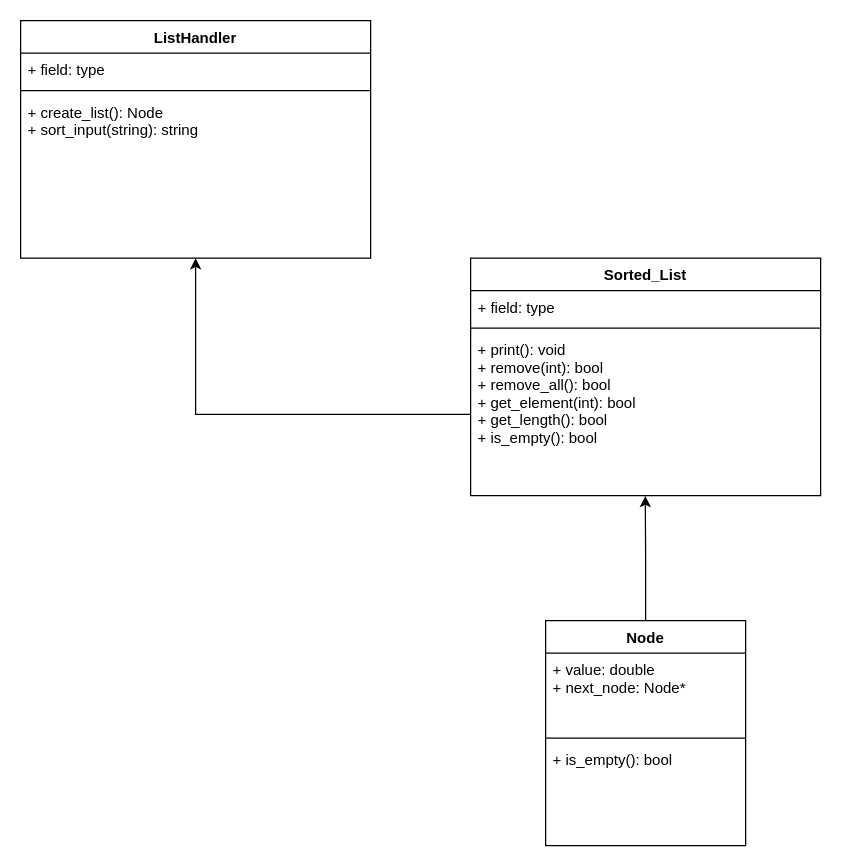
Before: Sorted_List/UML.drawio in gustaf-colliander/TDDC76-Lab3, a draw.io diagram. Source tidied: cells renumbered, new cells numbered last; positions are measured from the earlier drawing's top-left corner, leaving out a move shared by most shapes. Both pictures are drawn from the tidied source at 125%, with x=0, y=0 at pixel (20, 20).
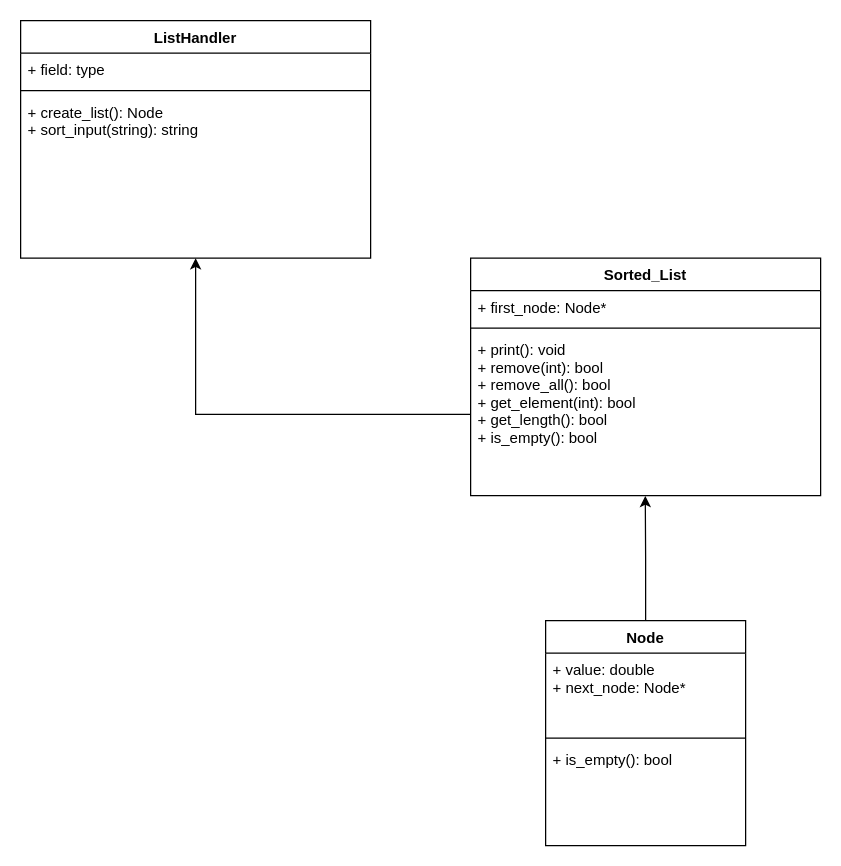
Above is the later version.

Commit message:
uppdaterade uml

Change to the diagram source:
```diff
@@
 <mxGraphModel>
   <root>
     <mxCell id="0" />
     <mxCell id="1" parent="0" />
     <mxCell id="2" style="edgeStyle=orthogonalEdgeStyle;rounded=0;jettySize=auto;html=1;exitX=0.5;exitY=0;exitDx=0;exitDy=0;entryX=0.499;entryY=1.002;entryDx=0;entryDy=0;entryPerimeter=0;" parent="1" edge="1" source="3" target="10">
       <mxGeometry relative="1" as="geometry" />
     </mxCell>
     <mxCell id="3" value="Node&#10;" style="swimlane;fontStyle=1;align=center;verticalAlign=top;horizontal=1;startSize=26;" parent="1" vertex="1">
       <mxGeometry x="420" y="480" width="160" height="180" as="geometry" />
     </mxCell>
     <mxCell id="4" value="+ value: double&#10;+ next_node: Node*&#10;" style="text;strokeColor=none;fillColor=none;align=left;verticalAlign=top;spacingLeft=4;spacingRight=4;overflow=hidden;" parent="3" vertex="1">
       <mxGeometry y="26" width="160" height="64" as="geometry" />
     </mxCell>
     <mxCell id="5" style="line;strokeWidth=1;fillColor=none;align=left;verticalAlign=middle;spacingTop=-1;spacingLeft=3;spacingRight=3;labelPosition=right;" parent="3" vertex="1">
       <mxGeometry y="90" width="160" height="8" as="geometry" />
     </mxCell>
     <mxCell id="6" value="+ is_empty(): bool" style="text;strokeColor=none;fillColor=none;align=left;verticalAlign=top;spacingLeft=4;spacingRight=4;overflow=hidden;" parent="3" vertex="1">
       <mxGeometry y="98" width="160" height="82" as="geometry" />
     </mxCell>
     <mxCell id="7" value="Sorted_List" style="swimlane;fontStyle=1;align=center;verticalAlign=top;horizontal=1;startSize=26;" parent="1" vertex="1">
       <mxGeometry x="360" y="190" width="280" height="190" as="geometry" />
     </mxCell>
-    <mxCell id="8" value="+ field: type" style="text;strokeColor=none;fillColor=none;align=left;verticalAlign=top;spacingLeft=4;spacingRight=4;overflow=hidden;" parent="7" vertex="1">
+    <mxCell id="8" value="+ first_node: Node*" style="text;strokeColor=none;fillColor=none;align=left;verticalAlign=top;spacingLeft=4;spacingRight=4;overflow=hidden;" parent="7" vertex="1">
       <mxGeometry y="26" width="280" height="26" as="geometry" />
     </mxCell>
     <mxCell id="9" style="line;strokeWidth=1;fillColor=none;align=left;verticalAlign=middle;spacingTop=-1;spacingLeft=3;spacingRight=3;labelPosition=right;" parent="7" vertex="1">
       <mxGeometry y="52" width="280" height="8" as="geometry" />
     </mxCell>
     <mxCell id="10" value="+ print(): void&#10;+ remove(int): bool&#10;+ remove_all(): bool&#10;+ get_element(int): bool&#10;+ get_length(): bool&#10;+ is_empty(): bool&#10;" style="text;strokeColor=none;fillColor=none;align=left;verticalAlign=top;spacingLeft=4;spacingRight=4;overflow=hidden;points=[[0,0.5],[1,0.5]];portConstraint=eastwest;" parent="7" vertex="1">
       <mxGeometry y="60" width="280" height="130" as="geometry" />
     </mxCell>
     <mxCell id="11" value="ListHandler" style="swimlane;fontStyle=1;align=center;verticalAlign=top;horizontal=1;startSize=26;" parent="1" vertex="1">
       <mxGeometry width="280" height="190" as="geometry" />
     </mxCell>
     <mxCell id="12" value="+ field: type" style="text;strokeColor=none;fillColor=none;align=left;verticalAlign=top;spacingLeft=4;spacingRight=4;overflow=hidden;" parent="11" vertex="1">
       <mxGeometry y="26" width="280" height="26" as="geometry" />
     </mxCell>
     <mxCell id="13" style="line;strokeWidth=1;fillColor=none;align=left;verticalAlign=middle;spacingTop=-1;spacingLeft=3;spacingRight=3;labelPosition=right;" parent="11" vertex="1">
       <mxGeometry y="52" width="280" height="8" as="geometry" />
     </mxCell>
     <mxCell id="14" value="+ create_list(): Node&#10;+ sort_input(string): string&#10;" style="text;strokeColor=none;fillColor=none;align=left;verticalAlign=top;spacingLeft=4;spacingRight=4;overflow=hidden;" parent="11" vertex="1">
       <mxGeometry y="60" width="280" height="130" as="geometry" />
     </mxCell>
     <mxCell id="15" style="edgeStyle=orthogonalEdgeStyle;rounded=0;jettySize=auto;html=1;exitX=0;exitY=0.5;exitDx=0;exitDy=0;entryX=0.5;entryY=1;entryDx=0;entryDy=0;" parent="1" edge="1" source="10" target="11">
       <mxGeometry relative="1" as="geometry" />
     </mxCell>
   </root>
 </mxGraphModel>
```
